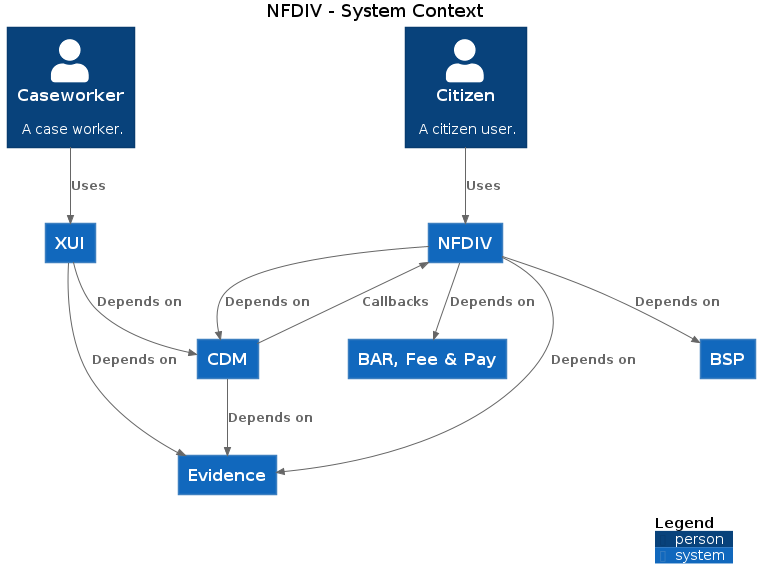
Before: docs/c4/nfdiv/images/structurizr-nfdiv-context.png, a diagram exported from PlantUML (hmcts/cnp-api-docs). Its diagram source:
```plantuml
@startuml
title NFDIV - System Context

top to bottom direction

!includeurl https://raw.githubusercontent.com/plantuml-stdlib/C4-PlantUML/master/C4.puml
!includeurl https://raw.githubusercontent.com/plantuml-stdlib/C4-PlantUML/master/C4_Context.puml

System(NFDIV, "NFDIV", "")
System(CDM, "CDM", "")
System(Evidence, "Evidence", "")
System(BSP, "BSP", "")
System(XUI, "XUI", "")
Person(Citizen, "Citizen", "A citizen user.")
Person(Caseworker, "Caseworker", "A case worker.")
System(BARFeePay, "BAR, Fee & Pay", "")

Rel_D(CDM, Evidence, "Depends on")
Rel_D(XUI, Evidence, "Depends on")
Rel_D(XUI, CDM, "Depends on")
Rel_D(NFDIV, CDM, "Depends on")
Rel_D(NFDIV, BARFeePay, "Depends on")
Rel_D(NFDIV, Evidence, "Depends on")
Rel_D(NFDIV, BSP, "Depends on")
Rel_D(Caseworker, XUI, "Uses")
Rel_D(Citizen, NFDIV, "Uses")
Rel_D(CDM, NFDIV, "Callbacks")

SHOW_DYNAMIC_LEGEND()
@enduml
```
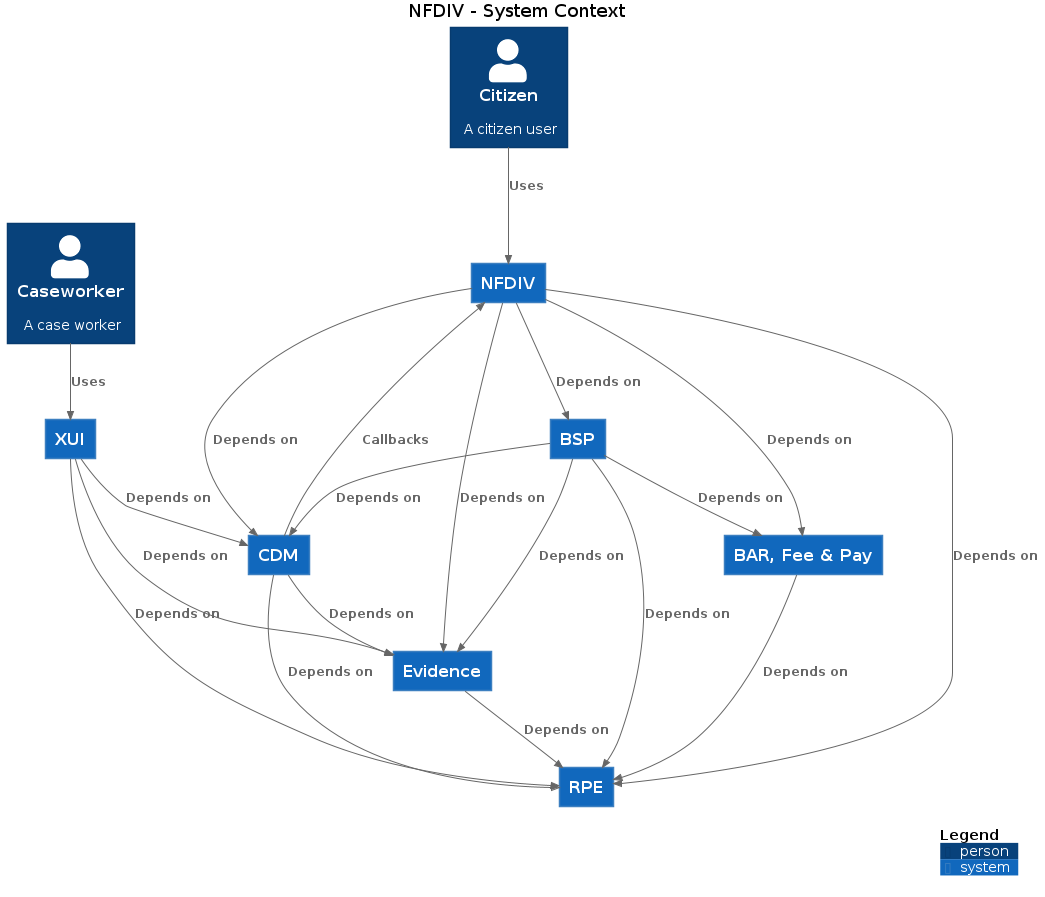
After the commit.

Diff of the diagram source:
```diff
@@ -9,15 +9,25 @@
 System(NFDIV, "NFDIV", "")
 System(CDM, "CDM", "")
 System(Evidence, "Evidence", "")
+System(RPE, "RPE", "")
 System(BSP, "BSP", "")
 System(XUI, "XUI", "")
-Person(Citizen, "Citizen", "A citizen user.")
-Person(Caseworker, "Caseworker", "A case worker.")
+Person(Citizen, "Citizen", "A citizen user")
+Person(Caseworker, "Caseworker", "A case worker")
 System(BARFeePay, "BAR, Fee & Pay", "")
 
+Rel_D(BARFeePay, RPE, "Depends on")
+Rel_D(CDM, RPE, "Depends on")
 Rel_D(CDM, Evidence, "Depends on")
+Rel_D(Evidence, RPE, "Depends on")
+Rel_D(BSP, RPE, "Depends on")
+Rel_D(BSP, Evidence, "Depends on")
+Rel_D(BSP, CDM, "Depends on")
+Rel_D(BSP, BARFeePay, "Depends on")
+Rel_D(XUI, RPE, "Depends on")
 Rel_D(XUI, Evidence, "Depends on")
 Rel_D(XUI, CDM, "Depends on")
+Rel_D(NFDIV, RPE, "Depends on")
 Rel_D(NFDIV, CDM, "Depends on")
 Rel_D(NFDIV, BARFeePay, "Depends on")
 Rel_D(NFDIV, Evidence, "Depends on")
```
